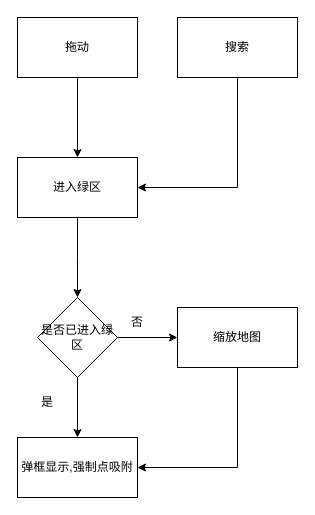
Above: 绿区流程图.drawio in Alan1034/heycars_h5 (draw.io), before the change. Source tidied: cells renumbered, new cells numbered last; positions are measured from the earlier drawing's top-left corner, leaving out a move shared by most shapes. Both pictures are drawn from the tidied source at 100%, with x=0, y=0 at pixel (17, 17).
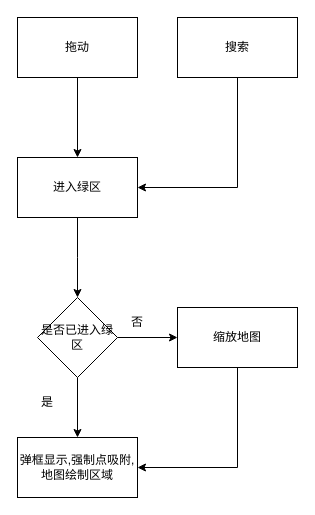
After the change.

Commit message (it also covers changes not shown here):
Update 绿区流程图.drawio

Change to the diagram source:
```diff
@@
 <mxGraphModel>
   <root>
     <mxCell id="0" />
     <mxCell id="1" parent="0" />
     <mxCell id="2" style="edgeStyle=orthogonalEdgeStyle;rounded=0;jettySize=auto;html=1;" parent="1" edge="1" source="3">
       <mxGeometry relative="1" as="geometry">
         <mxPoint x="60" y="280" as="targetPoint" />
       </mxGeometry>
     </mxCell>
     <mxCell id="3" value="进入绿区" style="rounded=0;whiteSpace=wrap;html=1;" parent="1" vertex="1">
       <mxGeometry y="140" width="120" height="60" as="geometry" />
     </mxCell>
     <mxCell id="4" style="edgeStyle=orthogonalEdgeStyle;rounded=0;jettySize=auto;html=1;" parent="1" edge="1" source="6" target="8">
       <mxGeometry relative="1" as="geometry" />
     </mxCell>
     <mxCell id="5" style="edgeStyle=orthogonalEdgeStyle;rounded=0;jettySize=auto;html=1;" parent="1" edge="1" source="6" target="10">
       <mxGeometry relative="1" as="geometry" />
     </mxCell>
     <mxCell id="6" value="是否已进入绿区" style="rhombus;whiteSpace=wrap;html=1;" parent="1" vertex="1">
       <mxGeometry x="20" y="280" width="80" height="80" as="geometry" />
     </mxCell>
     <mxCell id="7" style="edgeStyle=orthogonalEdgeStyle;rounded=0;jettySize=auto;html=1;entryX=1;entryY=0.5;entryDx=0;entryDy=0;" parent="1" edge="1" source="8" target="10">
       <mxGeometry relative="1" as="geometry">
         <Array as="points">
           <mxPoint x="220" y="450" />
         </Array>
       </mxGeometry>
     </mxCell>
     <mxCell id="8" value="缩放地图" style="whiteSpace=wrap;html=1;" parent="1" vertex="1">
       <mxGeometry x="160" y="290" width="120" height="60" as="geometry" />
     </mxCell>
     <mxCell id="9" value="否" style="text;html=1;strokeColor=none;fillColor=none;align=center;verticalAlign=middle;whiteSpace=wrap;rounded=0;" parent="1" vertex="1">
       <mxGeometry x="90" y="290" width="60" height="30" as="geometry" />
     </mxCell>
-    <mxCell id="10" value="弹框显示,强制点吸附" style="rounded=0;whiteSpace=wrap;html=1;" parent="1" vertex="1">
+    <mxCell id="10" value="弹框显示,强制点吸附,地图绘制区域" style="rounded=0;whiteSpace=wrap;html=1;" parent="1" vertex="1">
       <mxGeometry y="420" width="120" height="60" as="geometry" />
     </mxCell>
     <mxCell id="11" value="是" style="text;html=1;strokeColor=none;fillColor=none;align=center;verticalAlign=middle;whiteSpace=wrap;rounded=0;" parent="1" vertex="1">
       <mxGeometry y="370" width="60" height="30" as="geometry" />
     </mxCell>
     <mxCell id="12" style="edgeStyle=orthogonalEdgeStyle;rounded=0;jettySize=auto;html=1;entryX=0.5;entryY=0;entryDx=0;entryDy=0;" parent="1" edge="1" source="13" target="3">
       <mxGeometry relative="1" as="geometry" />
     </mxCell>
     <mxCell id="13" value="拖动" style="rounded=0;whiteSpace=wrap;html=1;" parent="1" vertex="1">
       <mxGeometry width="120" height="60" as="geometry" />
     </mxCell>
     <mxCell id="14" style="edgeStyle=orthogonalEdgeStyle;rounded=0;jettySize=auto;html=1;entryX=1;entryY=0.5;entryDx=0;entryDy=0;" parent="1" edge="1" source="15" target="3">
       <mxGeometry relative="1" as="geometry">
         <Array as="points">
           <mxPoint x="220" y="170" />
         </Array>
       </mxGeometry>
     </mxCell>
     <mxCell id="15" value="搜索" style="rounded=0;whiteSpace=wrap;html=1;" parent="1" vertex="1">
       <mxGeometry x="160" width="120" height="60" as="geometry" />
     </mxCell>
   </root>
 </mxGraphModel>
```
